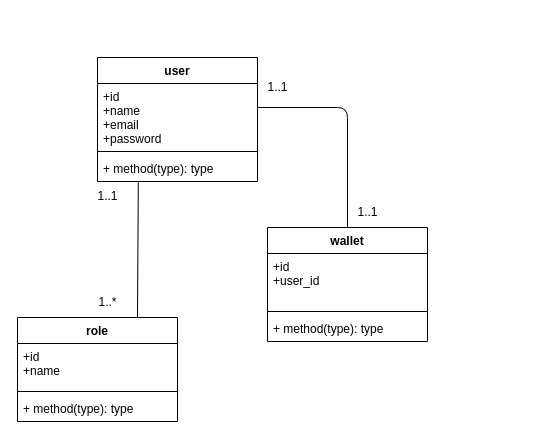
Above: conception/DC.drawio in AmeksaKhadija/API (draw.io), before the change. Source tidied: cells renumbered, new cells numbered last; positions are measured from the earlier drawing's top-left corner, leaving out a move shared by most shapes. Both pictures are drawn from the tidied source at 100%, with x=0, y=0 at pixel (17, 57).
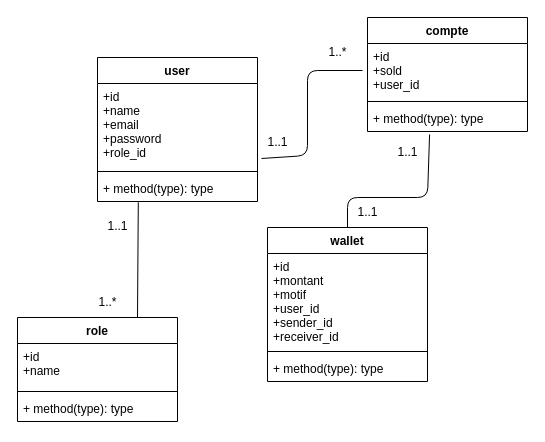
Above is the later version.

Commit message:
modification du daigramme de class

What changed in the source:
```diff
@@
     <mxCell id="2" value="user" style="swimlane;fontStyle=1;align=center;verticalAlign=top;horizontal=1;startSize=26;" parent="1" vertex="1">
-      <mxGeometry x="80" width="160" height="124" as="geometry" />
+      <mxGeometry x="80" width="160" height="144" as="geometry" />
     </mxCell>
-    <mxCell id="3" value="+id&#10;+name&#10;+email&#10;+password" style="text;strokeColor=none;fillColor=none;align=left;verticalAlign=top;spacingLeft=4;spacingRight=4;overflow=hidden;" parent="2" vertex="1">
-      <mxGeometry y="26" width="160" height="64" as="geometry" />
+    <mxCell id="3" value="+id&#10;+name&#10;+email&#10;+password&#10;+role_id" style="text;strokeColor=none;fillColor=none;align=left;verticalAlign=top;spacingLeft=4;spacingRight=4;overflow=hidden;" parent="2" vertex="1">
+      <mxGeometry y="26" width="160" height="84" as="geometry" />
     </mxCell>
     <mxCell id="4" style="line;strokeWidth=1;fillColor=none;align=left;verticalAlign=middle;spacingTop=-1;spacingLeft=3;spacingRight=3;labelPosition=right;strokeColor=inherit;" parent="2" vertex="1">
-      <mxGeometry y="90" width="160" height="8" as="geometry" />
+      <mxGeometry y="110" width="160" height="8" as="geometry" />
     </mxCell>
     <mxCell id="5" value="+ method(type): type" style="text;strokeColor=none;fillColor=none;align=left;verticalAlign=top;spacingLeft=4;spacingRight=4;overflow=hidden;points=[[0,0.5],[1,0.5]];portConstraint=eastwest;" parent="2" vertex="1">
-      <mxGeometry y="98" width="160" height="26" as="geometry" />
+      <mxGeometry y="118" width="160" height="26" as="geometry" />
     </mxCell>
     <mxCell id="6" value="wallet" style="swimlane;fontStyle=1;align=center;verticalAlign=top;horizontal=1;startSize=26;" parent="1" vertex="1">
-      <mxGeometry x="250" y="170" width="160" height="114" as="geometry" />
+      <mxGeometry x="250" y="170" width="160" height="154" as="geometry" />
     </mxCell>
-    <mxCell id="7" value="+id&#10;+user_id" style="text;strokeColor=none;fillColor=none;align=left;verticalAlign=top;spacingLeft=4;spacingRight=4;overflow=hidden;" parent="6" vertex="1">
-      <mxGeometry y="26" width="160" height="54" as="geometry" />
+    <mxCell id="7" value="+id&#10;+montant&#10;+motif&#10;+user_id&#10;+sender_id&#10;+receiver_id" style="text;strokeColor=none;fillColor=none;align=left;verticalAlign=top;spacingLeft=4;spacingRight=4;overflow=hidden;" parent="6" vertex="1">
+      <mxGeometry y="26" width="160" height="94" as="geometry" />
     </mxCell>
     <mxCell id="8" style="line;strokeWidth=1;fillColor=none;align=left;verticalAlign=middle;spacingTop=-1;spacingLeft=3;spacingRight=3;labelPosition=right;strokeColor=inherit;" parent="6" vertex="1">
-      <mxGeometry y="80" width="160" height="8" as="geometry" />
+      <mxGeometry y="120" width="160" height="8" as="geometry" />
     </mxCell>
     <mxCell id="9" value="+ method(type): type" style="text;strokeColor=none;fillColor=none;align=left;verticalAlign=top;spacingLeft=4;spacingRight=4;overflow=hidden;" parent="6" vertex="1">
-      <mxGeometry y="88" width="160" height="26" as="geometry" />
+      <mxGeometry y="128" width="160" height="26" as="geometry" />
     </mxCell>
@@
-    <mxCell id="14" style="endArrow=none;html=1;entryX=0;entryY=1.167;entryDx=0;entryDy=0;entryPerimeter=0;exitX=0.5;exitY=0;exitDx=0;exitDy=0;" parent="1" edge="1" source="6" target="17">
+    <mxCell id="14" style="endArrow=none;html=1;exitX=0.5;exitY=0;exitDx=0;exitDy=0;entryX=0.388;entryY=1.115;entryDx=0;entryDy=0;entryPerimeter=0;" parent="1" edge="1" source="6" target="23">
       <mxGeometry relative="1" as="geometry">
         <Array as="points">
-          <mxPoint x="330" y="50" />
+          <mxPoint x="330" y="140" />
+          <mxPoint x="410" y="140" />
         </Array>
       </mxGeometry>
     </mxCell>
@@
     <mxCell id="16" value="1..1" style="text;html=1;align=center;verticalAlign=middle;strokeColor=none;fillColor=none;" parent="1" vertex="1">
-      <mxGeometry x="70" y="124" width="40" height="30" as="geometry" />
+      <mxGeometry x="80" y="154" width="40" height="30" as="geometry" />
     </mxCell>
     <mxCell id="17" value="1..1" style="text;html=1;align=center;verticalAlign=middle;points=[];strokeColor=none;fillColor=none;" parent="1" vertex="1">
-      <mxGeometry x="240" y="15" width="40" height="30" as="geometry" />
+      <mxGeometry x="370" y="80" width="40" height="30" as="geometry" />
     </mxCell>
@@
+    <mxCell id="20" value="compte" style="swimlane;fontStyle=1;align=center;verticalAlign=top;horizontal=1;startSize=26;" parent="1" vertex="1">
+      <mxGeometry x="350" y="-40" width="160" height="114" as="geometry" />
+    </mxCell>
+    <mxCell id="21" value="+id&#10;+sold&#10;+user_id" style="text;strokeColor=none;fillColor=none;align=left;verticalAlign=top;spacingLeft=4;spacingRight=4;overflow=hidden;" parent="20" vertex="1">
+      <mxGeometry y="26" width="160" height="54" as="geometry" />
+    </mxCell>
+    <mxCell id="22" style="line;strokeWidth=1;fillColor=none;align=left;verticalAlign=middle;spacingTop=-1;spacingLeft=3;spacingRight=3;labelPosition=right;strokeColor=inherit;" parent="20" vertex="1">
+      <mxGeometry y="80" width="160" height="8" as="geometry" />
+    </mxCell>
+    <mxCell id="23" value="+ method(type): type" style="text;strokeColor=none;fillColor=none;align=left;verticalAlign=top;spacingLeft=4;spacingRight=4;overflow=hidden;points=[[0,0.5],[1,0.5]];portConstraint=eastwest;" parent="20" vertex="1">
+      <mxGeometry y="88" width="160" height="26" as="geometry" />
+    </mxCell>
+    <mxCell id="24" style="endArrow=none;html=1;entryX=1.125;entryY=1.1;entryDx=0;entryDy=0;exitX=0.1;exitY=1.033;exitDx=0;exitDy=0;exitPerimeter=0;entryPerimeter=0;" parent="1" edge="1" source="25" target="26">
+      <mxGeometry relative="1" as="geometry">
+        <Array as="points">
+          <mxPoint x="290" y="98" />
+          <mxPoint x="290" y="13" />
+        </Array>
+      </mxGeometry>
+    </mxCell>
+    <mxCell id="25" value="1..1" style="text;html=1;align=center;verticalAlign=middle;points=[];strokeColor=none;fillColor=none;" parent="1" vertex="1">
+      <mxGeometry x="240" y="70" width="40" height="30" as="geometry" />
+    </mxCell>
+    <mxCell id="26" value="1..*" style="text;html=1;align=center;verticalAlign=middle;points=[];strokeColor=none;fillColor=none;" parent="1" vertex="1">
+      <mxGeometry x="300" y="-20" width="40" height="30" as="geometry" />
+    </mxCell>
```
